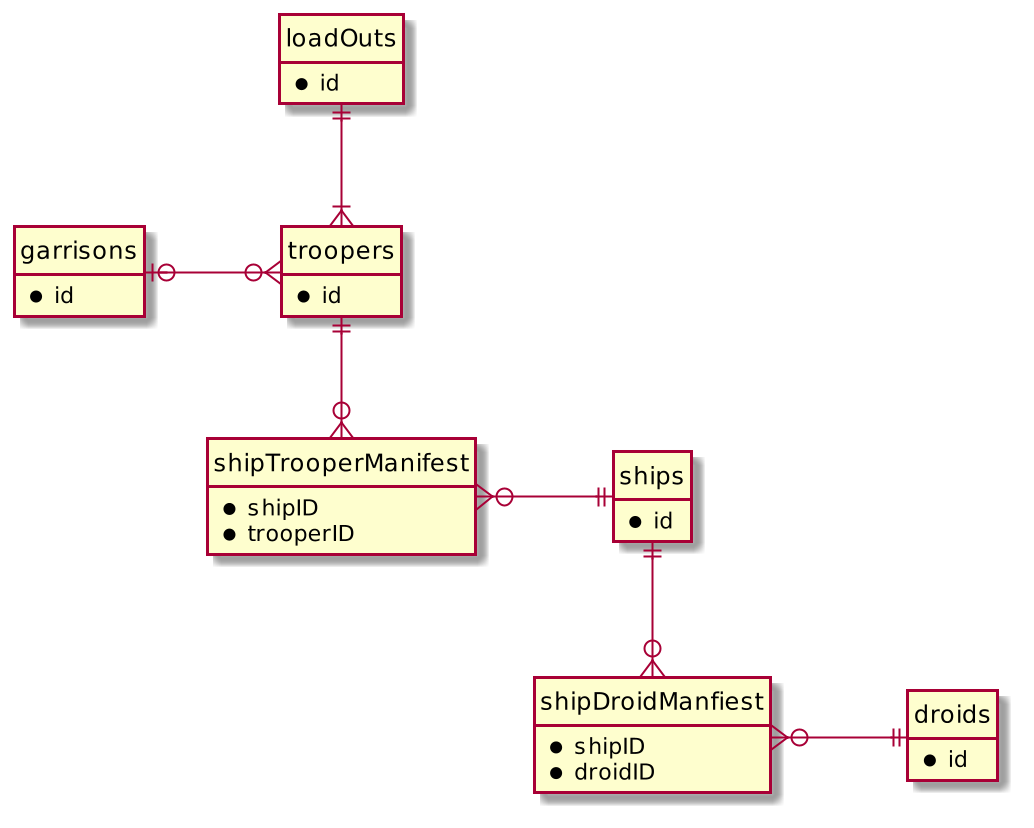
Before: steps/2/step-2-draft-erd.png, a diagram exported from PlantUML (jeremytsang1/osu-cs-340-project).
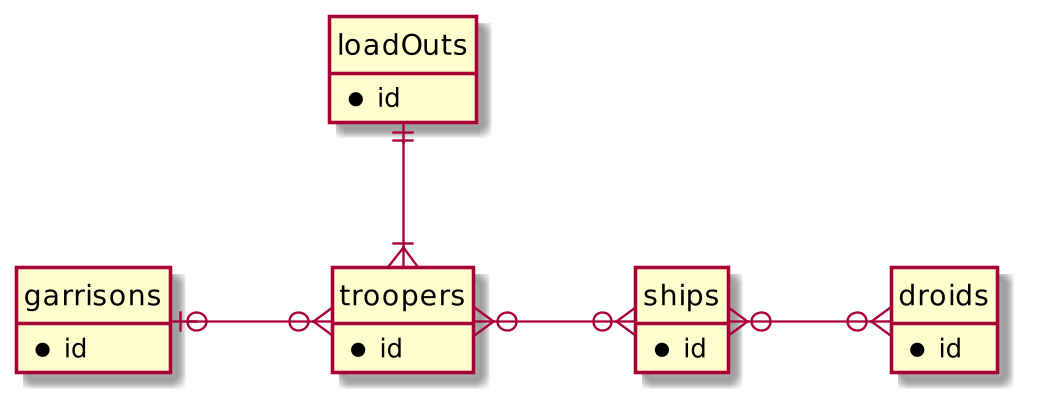
Above is the later version.

Commit message:
Simplify ERD to not contain composite entities

Diff of the diagram source:
```diff
@@ -29,23 +29,12 @@
 }
 
 
-entity shipTrooperManifest {
-    * shipID
-    * trooperID
-}
-
-entity shipDroidManfiest {
-    * shipID
-    * droidID
-}
 
 
 garrisons |o-o{ troopers:\t
 loadOuts ||--|{ troopers  /' TODO: check if this is in fact 1-to-1 or 1-to-many '/
 
-troopers ||--o{ shipTrooperManifest
-shipTrooperManifest }o-|| ships:\t
+troopers }o-o{ ships:\t
 
-ships ||--o{ shipDroidManfiest
-shipDroidManfiest }o-|| droids:\t
+ships }o-o{ droids:\t
 @enduml
```
